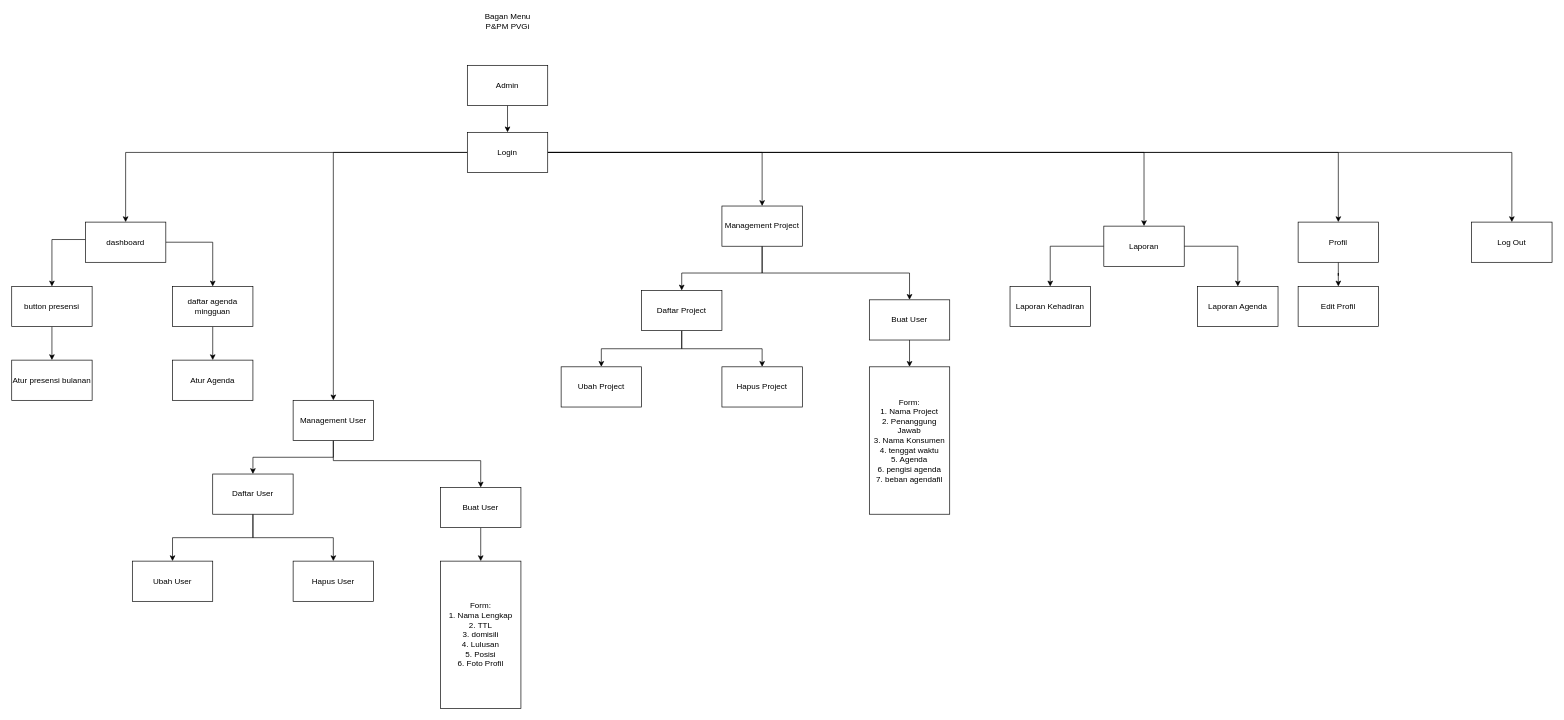
birthdaygracia24/AllAboutDrawIO keeps this draw.io diagram as page "Admin" (1 of 6) of P&PM PVGi/Bagan Menu PNPM.drawio. Above is the earlier version. Source tidied: cells renumbered, new cells numbered last; positions are measured from the earlier drawing's top-left corner, leaving out a move shared by most shapes. Both pictures are drawn from the tidied source at 67%, with x=0, y=0 at pixel (11, 11).
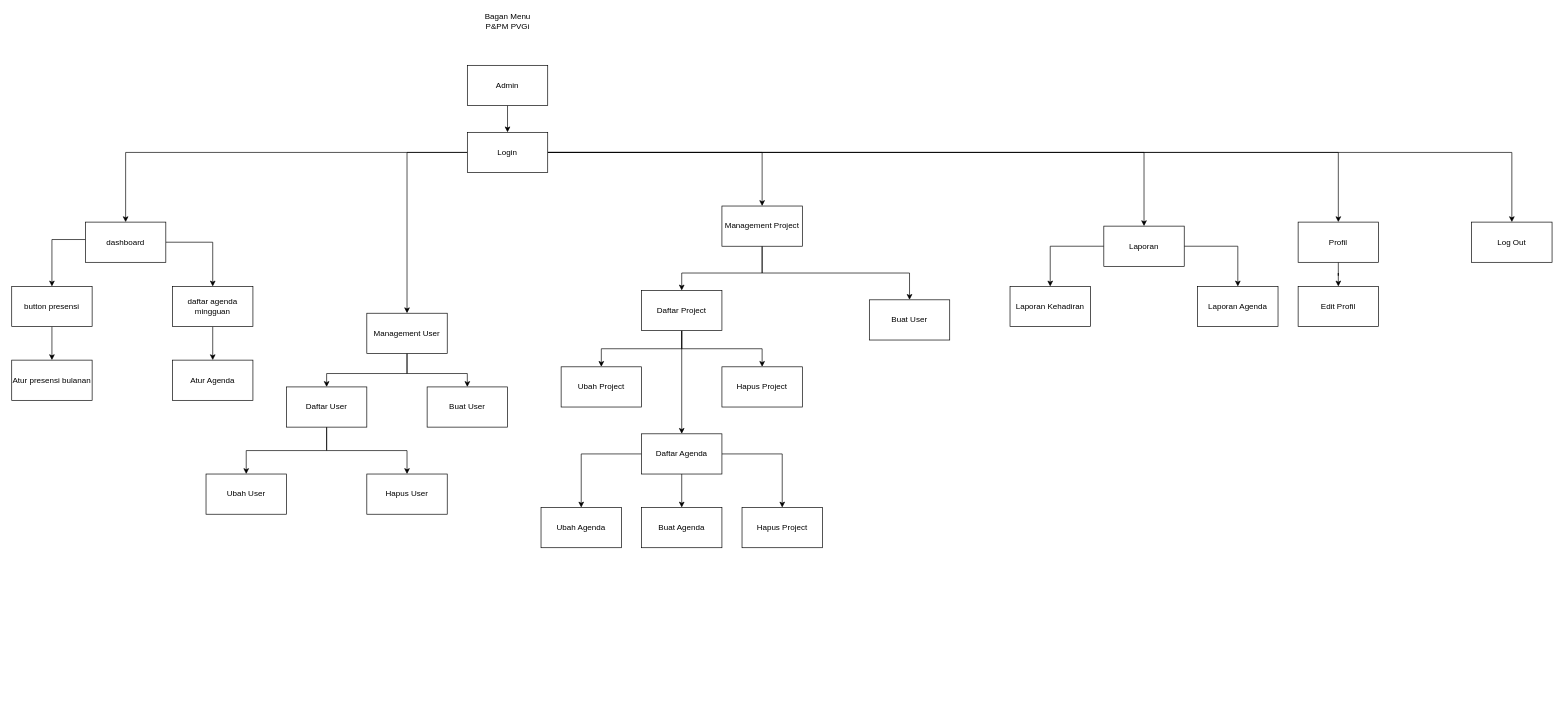
Above is the later version.

Unchanged cells that the change refers to:
```xml
<mxCell id="41" value="Daftar Project" style="rounded=0;whiteSpace=wrap;html=1;" parent="1" vertex="1">
  <mxGeometry x="940" y="416" width="120" height="60" as="geometry" />
</mxCell>
<mxCell id="43" value="Buat User" style="rounded=0;whiteSpace=wrap;html=1;" parent="1" vertex="1">
  <mxGeometry x="1280" y="430" width="120" height="60" as="geometry" />
</mxCell>
```

Change to the diagram source:
```diff
@@
     <mxCell id="15" style="edgeStyle=orthogonalEdgeStyle;rounded=0;jettySize=auto;html=1;entryX=0.5;entryY=0;entryDx=0;entryDy=0;" parent="1" edge="1" source="17" target="30">
-      <mxGeometry relative="1" as="geometry" />
+      <mxGeometry relative="1" as="geometry">
+        <Array as="points">
+          <mxPoint x="590" y="540" />
+          <mxPoint x="470" y="540" />
+        </Array>
+      </mxGeometry>
     </mxCell>
     <mxCell id="16" style="edgeStyle=orthogonalEdgeStyle;rounded=0;jettySize=auto;html=1;entryX=0.5;entryY=0;entryDx=0;entryDy=0;" parent="1" edge="1" source="17" target="32">
       <mxGeometry relative="1" as="geometry">
         <Array as="points">
-          <mxPoint x="480" y="670" />
-          <mxPoint x="700" y="670" />
+          <mxPoint x="590" y="540" />
+          <mxPoint x="680" y="540" />
         </Array>
       </mxGeometry>
     </mxCell>
     <mxCell id="17" value="Management User" style="rounded=0;whiteSpace=wrap;html=1;" parent="1" vertex="1">
-      <mxGeometry x="420" y="580" width="120" height="60" as="geometry" />
+      <mxGeometry x="530" y="450" width="120" height="60" as="geometry" />
     </mxCell>
@@
     <mxCell id="30" value="Daftar User" style="rounded=0;whiteSpace=wrap;html=1;" parent="1" vertex="1">
-      <mxGeometry x="300" y="690" width="120" height="60" as="geometry" />
+      <mxGeometry x="410" y="560" width="120" height="60" as="geometry" />
     </mxCell>
-    <mxCell id="31" style="edgeStyle=orthogonalEdgeStyle;rounded=0;jettySize=auto;html=1;entryX=0.5;entryY=0;entryDx=0;entryDy=0;" parent="1" edge="1" source="32" target="35">
-      <mxGeometry relative="1" as="geometry" />
-    </mxCell>
     <mxCell id="32" value="Buat User" style="rounded=0;whiteSpace=wrap;html=1;" parent="1" vertex="1">
-      <mxGeometry x="640" y="710" width="120" height="60" as="geometry" />
+      <mxGeometry x="620" y="560" width="120" height="60" as="geometry" />
     </mxCell>
     <mxCell id="33" value="Ubah User" style="rounded=0;whiteSpace=wrap;html=1;" parent="1" vertex="1">
-      <mxGeometry x="180" y="820" width="120" height="60" as="geometry" />
+      <mxGeometry x="290" y="690" width="120" height="60" as="geometry" />
     </mxCell>
     <mxCell id="34" value="Hapus User" style="rounded=0;whiteSpace=wrap;html=1;" parent="1" vertex="1">
-      <mxGeometry x="420" y="820" width="120" height="60" as="geometry" />
+      <mxGeometry x="530" y="690" width="120" height="60" as="geometry" />
     </mxCell>
-    <mxCell id="35" value="Form:&lt;br&gt;1. Nama Lengkap&lt;br&gt;2. TTL&lt;br&gt;3. domisili&lt;br&gt;4. Lulusan&lt;br&gt;5. Posisi&lt;br&gt;6. Foto Profil" style="rounded=0;whiteSpace=wrap;html=1;" parent="1" vertex="1">
-      <mxGeometry x="640" y="820" width="120" height="220" as="geometry" />
-    </mxCell>
@@
+    <mxCell id="52" style="edgeStyle=orthogonalEdgeStyle;rounded=0;jettySize=auto;html=1;entryX=0.5;entryY=0;entryDx=0;entryDy=0;startArrow=none;startFill=0;endArrow=classic;endFill=1;" parent="1" edge="1" source="41" target="56">
+      <mxGeometry relative="1" as="geometry" />
+    </mxCell>
@@
-    <mxCell id="42" style="edgeStyle=orthogonalEdgeStyle;rounded=0;jettySize=auto;html=1;entryX=0.5;entryY=0;entryDx=0;entryDy=0;" parent="1" edge="1" source="43" target="46">
-      <mxGeometry relative="1" as="geometry" />
-    </mxCell>
@@
-    <mxCell id="46" value="Form:&lt;br&gt;1. Nama Project&lt;br&gt;2. Penanggung Jawab&lt;br&gt;3. Nama Konsumen&lt;br&gt;4. tenggat waktu&lt;br&gt;5. Agenda&lt;br&gt;6. pengisi agenda&lt;br&gt;7. beban agendafil" style="rounded=0;whiteSpace=wrap;html=1;" parent="1" vertex="1">
-      <mxGeometry x="1280" y="530" width="120" height="220" as="geometry" />
-    </mxCell>
@@
+    <mxCell id="53" style="edgeStyle=orthogonalEdgeStyle;rounded=0;jettySize=auto;html=1;entryX=0.5;entryY=0;entryDx=0;entryDy=0;" parent="1" edge="1" source="56" target="57">
+      <mxGeometry relative="1" as="geometry" />
+    </mxCell>
+    <mxCell id="54" style="edgeStyle=orthogonalEdgeStyle;rounded=0;jettySize=auto;html=1;entryX=0.5;entryY=0;entryDx=0;entryDy=0;" parent="1" edge="1" source="56" target="58">
+      <mxGeometry relative="1" as="geometry">
+        <Array as="points">
+          <mxPoint x="1150" y="660" />
+        </Array>
+      </mxGeometry>
+    </mxCell>
+    <mxCell id="55" style="edgeStyle=orthogonalEdgeStyle;rounded=0;jettySize=auto;html=1;entryX=0.5;entryY=0;entryDx=0;entryDy=0;startArrow=none;startFill=0;endArrow=classic;endFill=1;" parent="1" edge="1" source="56" target="59">
+      <mxGeometry relative="1" as="geometry" />
+    </mxCell>
+    <mxCell id="56" value="Daftar Agenda" style="rounded=0;whiteSpace=wrap;html=1;" parent="1" vertex="1">
+      <mxGeometry x="940" y="630" width="120" height="60" as="geometry" />
+    </mxCell>
+    <mxCell id="57" value="Ubah Agenda" style="rounded=0;whiteSpace=wrap;html=1;" parent="1" vertex="1">
+      <mxGeometry x="790" y="740" width="120" height="60" as="geometry" />
+    </mxCell>
+    <mxCell id="58" value="Hapus Project" style="rounded=0;whiteSpace=wrap;html=1;" parent="1" vertex="1">
+      <mxGeometry x="1090" y="740" width="120" height="60" as="geometry" />
+    </mxCell>
+    <mxCell id="59" value="Buat Agenda" style="rounded=0;whiteSpace=wrap;html=1;" parent="1" vertex="1">
+      <mxGeometry x="940" y="740" width="120" height="60" as="geometry" />
+    </mxCell>
```
